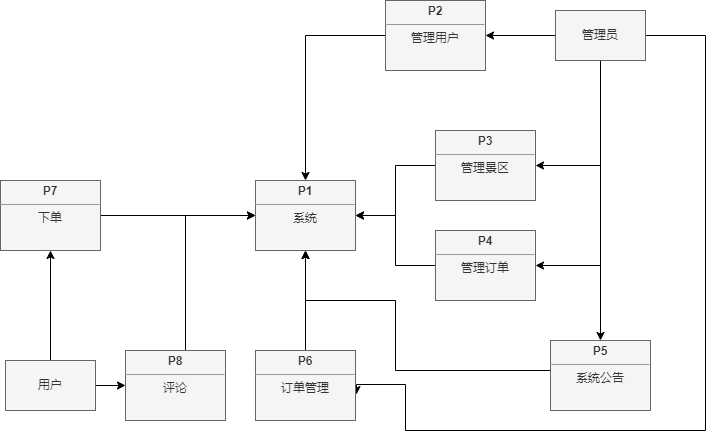
Earlier version of the draw.io export sql/系统数据流图（顶层）.png (ren9901/tourism-j2ee-wx). Source tidied: cells renumbered, new cells last; positions are measured from the earlier drawing's top-left corner, leaving out a move shared by most shapes.
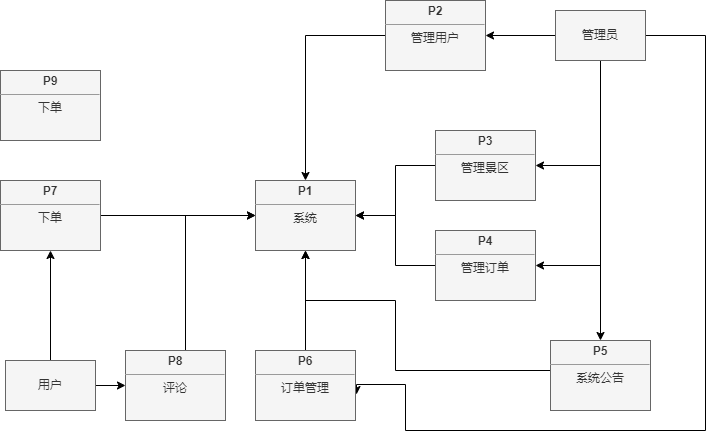
After the commit.

Commit message:
更新系统数据流图（顶层）.png

The edit, as a diff of the source:
```diff
@@ -99,5 +99,8 @@
     <mxCell id="25" value="&lt;p style=&quot;margin:0px;margin-top:4px;text-align:center;&quot;&gt;&lt;b&gt;P8&lt;/b&gt;&lt;/p&gt;&lt;hr size=&quot;1&quot;&gt;&lt;div style=&quot;text-align: center; height: 2px;&quot;&gt;评论&lt;/div&gt;" style="verticalAlign=top;align=left;overflow=fill;fontSize=12;fontFamily=Helvetica;html=1;whiteSpace=wrap;fillColor=#f5f5f5;fontColor=#333333;strokeColor=#666666;" parent="1" vertex="1">
       <mxGeometry x="125" y="350" width="100" height="70" as="geometry" />
     </mxCell>
+    <mxCell id="26" value="&lt;p style=&quot;margin:0px;margin-top:4px;text-align:center;&quot;&gt;&lt;b&gt;P9&lt;/b&gt;&lt;/p&gt;&lt;hr size=&quot;1&quot;&gt;&lt;div style=&quot;text-align: center; height: 2px;&quot;&gt;下单&lt;/div&gt;" style="verticalAlign=top;align=left;overflow=fill;fontSize=12;fontFamily=Helvetica;html=1;whiteSpace=wrap;fillColor=#f5f5f5;fontColor=#333333;strokeColor=#666666;" parent="1" vertex="1">
+      <mxGeometry y="70" width="100" height="70" as="geometry" />
+    </mxCell>
   </root>
 </mxGraphModel>
```
